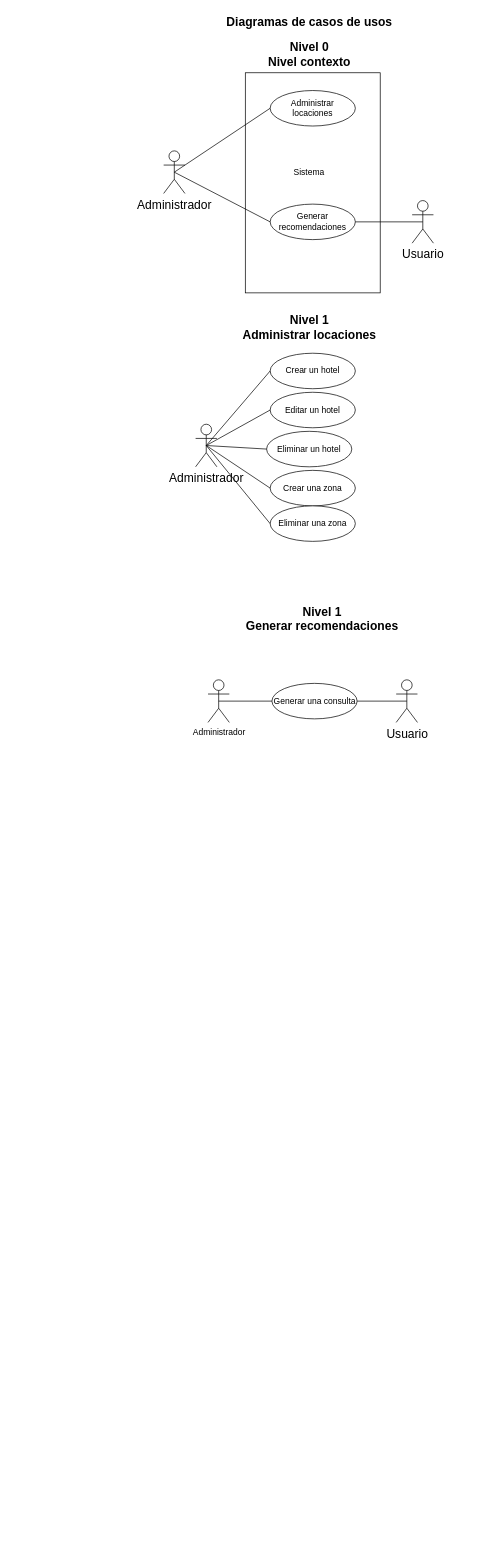
Before: Diagrams-Thesis-GA.drawio in Alexjes98/diagrams, a draw.io diagram. Source tidied: cells renumbered, new cells numbered last; positions are measured from the earlier drawing's top-left corner, leaving out a move shared by most shapes. Both pictures are drawn from the tidied source at 71%, with x=0, y=0 at pixel (163, 12).
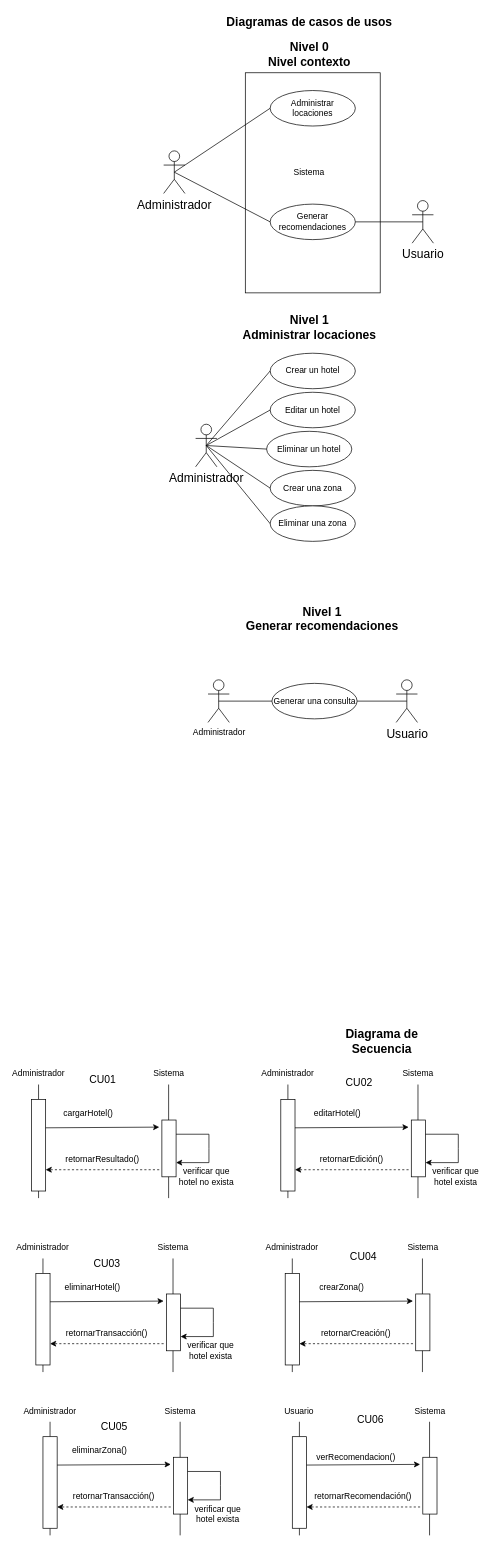
The same diagram, later.

What changed in the source:
```diff
@@
+    <mxCell id="31" style="endArrow=none;html=1;rounded=0;startArrow=none;" parent="1" edge="1" source="38">
+      <mxGeometry relative="1" as="geometry">
+        <mxPoint x="-176.2" y="1510" as="targetPoint" />
+      </mxGeometry>
+    </mxCell>
+    <mxCell id="32" style="endArrow=none;html=1;rounded=0;" parent="1" edge="1">
+      <mxGeometry relative="1" as="geometry">
+        <mxPoint x="7" y="1670" as="sourcePoint" />
+        <mxPoint x="7" y="1510" as="targetPoint" />
+      </mxGeometry>
+    </mxCell>
+    <mxCell id="33" value="Administrador" style="text;html=1;strokeColor=none;fillColor=none;align=center;verticalAlign=middle;whiteSpace=wrap;rounded=0;" parent="1" vertex="1">
+      <mxGeometry x="-206.2" y="1480" width="60" height="30" as="geometry" />
+    </mxCell>
+    <mxCell id="34" style="endArrow=classic;html=1;rounded=0;startArrow=none;exitX=0.9;exitY=0.31;exitDx=0;exitDy=0;exitPerimeter=0;" parent="1" edge="1" source="38">
+      <mxGeometry relative="1" as="geometry">
+        <mxPoint x="-6.2" y="1570" as="targetPoint" />
+      </mxGeometry>
+    </mxCell>
+    <mxCell id="35" value="cargarHotel()" style="text;html=1;strokeColor=none;fillColor=none;align=center;verticalAlign=middle;whiteSpace=wrap;rounded=0;" parent="1" vertex="1">
+      <mxGeometry x="-136.2" y="1536" width="60" height="30" as="geometry" />
+    </mxCell>
+    <mxCell id="36" value="Sistema" style="text;html=1;strokeColor=none;fillColor=none;align=center;verticalAlign=middle;whiteSpace=wrap;rounded=0;" parent="1" vertex="1">
+      <mxGeometry x="-26.9" y="1480" width="68.8" height="30" as="geometry" />
+    </mxCell>
+    <mxCell id="37" style="endArrow=none;html=1;rounded=0;" parent="1" edge="1" target="38">
+      <mxGeometry relative="1" as="geometry">
+        <mxPoint x="-176.2" y="1670" as="sourcePoint" />
+        <Array as="points">
+          <mxPoint x="-176.2" y="1660" />
+        </Array>
+      </mxGeometry>
+    </mxCell>
+    <mxCell id="38" style="rounded=0;whiteSpace=wrap;html=1;" parent="1" vertex="1">
+      <mxGeometry x="-186.2" y="1531" width="20" height="129" as="geometry" />
+    </mxCell>
+    <mxCell id="39" style="rounded=0;whiteSpace=wrap;html=1;" parent="1" vertex="1">
+      <mxGeometry x="-2.5" y="1560" width="20" height="80" as="geometry" />
+    </mxCell>
+    <mxCell id="40" value="verificar que hotel no exista" style="text;html=1;strokeColor=none;fillColor=none;align=center;verticalAlign=middle;whiteSpace=wrap;rounded=0;" parent="1" vertex="1">
+      <mxGeometry x="17.5" y="1625" width="85" height="30" as="geometry" />
+    </mxCell>
+    <mxCell id="41" value="&#10;&lt;b id=&quot;docs-internal-guid-32b7d7b6-7fff-b71a-86bd-061935bc4d04&quot; style=&quot;font-weight:normal;&quot;&gt;&lt;span style=&quot;font-size: 11pt; font-family: Arial; color: rgb(0, 0, 0); background-color: transparent; font-weight: 400; font-style: normal; font-variant: normal; text-decoration: none; vertical-align: baseline;&quot;&gt;CU01&lt;/span&gt;&lt;/b&gt;&#10;&#10;" style="text;html=1;align=center;verticalAlign=middle;strokeColor=none;fillColor=none;" parent="1" vertex="1">
+      <mxGeometry x="-116.2" y="1480" width="60" height="60" as="geometry" />
+    </mxCell>
+    <mxCell id="42" value="Diagrama de Secuencia" style="text;html=1;strokeColor=none;fillColor=none;align=center;verticalAlign=middle;whiteSpace=wrap;rounded=0;fontSize=17;fontStyle=1;" parent="1" vertex="1">
+      <mxGeometry x="235" y="1430" width="145" height="40" as="geometry" />
+    </mxCell>
+    <mxCell id="43" style="endArrow=classic;html=1;rounded=0;exitX=1;exitY=0.25;exitDx=0;exitDy=0;entryX=1;entryY=0.75;entryDx=0;entryDy=0;" parent="1" edge="1" source="39" target="39">
+      <mxGeometry relative="1" as="geometry">
+        <Array as="points">
+          <mxPoint x="63.8" y="1580" />
+          <mxPoint x="63.8" y="1600" />
+          <mxPoint x="63.8" y="1620" />
+        </Array>
+      </mxGeometry>
+    </mxCell>
+    <mxCell id="44" style="endArrow=classic;html=1;rounded=0;dashed=1;" parent="1" edge="1">
+      <mxGeometry relative="1" as="geometry">
+        <mxPoint x="-6.2" y="1630" as="sourcePoint" />
+        <mxPoint x="-166.2" y="1630" as="targetPoint" />
+      </mxGeometry>
+    </mxCell>
+    <mxCell id="45" value="retornarResultado()" style="text;html=1;strokeColor=none;fillColor=none;align=center;verticalAlign=middle;whiteSpace=wrap;rounded=0;" parent="1" vertex="1">
+      <mxGeometry x="-116.2" y="1600" width="60" height="30" as="geometry" />
+    </mxCell>
+    <mxCell id="46" style="endArrow=none;html=1;rounded=0;startArrow=none;" parent="1" edge="1" source="53">
+      <mxGeometry relative="1" as="geometry">
+        <mxPoint x="175" y="1510" as="targetPoint" />
+      </mxGeometry>
+    </mxCell>
+    <mxCell id="47" style="endArrow=none;html=1;rounded=0;" parent="1" edge="1">
+      <mxGeometry relative="1" as="geometry">
+        <mxPoint x="358.2" y="1670" as="sourcePoint" />
+        <mxPoint x="358.2" y="1510" as="targetPoint" />
+      </mxGeometry>
+    </mxCell>
+    <mxCell id="48" value="Administrador" style="text;html=1;strokeColor=none;fillColor=none;align=center;verticalAlign=middle;whiteSpace=wrap;rounded=0;" parent="1" vertex="1">
+      <mxGeometry x="145" y="1480" width="60" height="30" as="geometry" />
+    </mxCell>
+    <mxCell id="49" style="endArrow=classic;html=1;rounded=0;startArrow=none;exitX=0.9;exitY=0.31;exitDx=0;exitDy=0;exitPerimeter=0;" parent="1" edge="1" source="53">
+      <mxGeometry relative="1" as="geometry">
+        <mxPoint x="345" y="1570" as="targetPoint" />
+      </mxGeometry>
+    </mxCell>
+    <mxCell id="50" value="editarHotel()" style="text;html=1;strokeColor=none;fillColor=none;align=center;verticalAlign=middle;whiteSpace=wrap;rounded=0;" parent="1" vertex="1">
+      <mxGeometry x="215" y="1536" width="60" height="30" as="geometry" />
+    </mxCell>
+    <mxCell id="51" value="Sistema" style="text;html=1;strokeColor=none;fillColor=none;align=center;verticalAlign=middle;whiteSpace=wrap;rounded=0;" parent="1" vertex="1">
+      <mxGeometry x="324.4" y="1480" width="68.8" height="30" as="geometry" />
+    </mxCell>
+    <mxCell id="52" style="endArrow=none;html=1;rounded=0;" parent="1" edge="1" target="53">
+      <mxGeometry relative="1" as="geometry">
+        <mxPoint x="175" y="1670" as="sourcePoint" />
+        <Array as="points">
+          <mxPoint x="175" y="1660" />
+        </Array>
+      </mxGeometry>
+    </mxCell>
+    <mxCell id="53" style="rounded=0;whiteSpace=wrap;html=1;" parent="1" vertex="1">
+      <mxGeometry x="165" y="1531" width="20" height="129" as="geometry" />
+    </mxCell>
+    <mxCell id="54" style="rounded=0;whiteSpace=wrap;html=1;" parent="1" vertex="1">
+      <mxGeometry x="348.8" y="1560" width="20" height="80" as="geometry" />
+    </mxCell>
+    <mxCell id="55" value="verificar que hotel exista" style="text;html=1;strokeColor=none;fillColor=none;align=center;verticalAlign=middle;whiteSpace=wrap;rounded=0;" parent="1" vertex="1">
+      <mxGeometry x="368.8" y="1625" width="85" height="30" as="geometry" />
+    </mxCell>
+    <mxCell id="56" value="&lt;br&gt;&lt;b id=&quot;docs-internal-guid-32b7d7b6-7fff-b71a-86bd-061935bc4d04&quot; style=&quot;font-weight:normal;&quot;&gt;&lt;span style=&quot;font-size: 11pt; font-family: Arial; color: rgb(0, 0, 0); background-color: transparent; font-weight: 400; font-style: normal; font-variant: normal; text-decoration: none; vertical-align: baseline;&quot;&gt;CU02&lt;/span&gt;&lt;/b&gt;&lt;br&gt;" style="text;html=1;align=center;verticalAlign=middle;strokeColor=none;fillColor=none;" parent="1" vertex="1">
+      <mxGeometry x="245" y="1475" width="60" height="50" as="geometry" />
+    </mxCell>
+    <mxCell id="57" style="endArrow=classic;html=1;rounded=0;exitX=1;exitY=0.25;exitDx=0;exitDy=0;entryX=1;entryY=0.75;entryDx=0;entryDy=0;" parent="1" edge="1" source="54" target="54">
+      <mxGeometry relative="1" as="geometry">
+        <Array as="points">
+          <mxPoint x="415" y="1580" />
+          <mxPoint x="415" y="1600" />
+          <mxPoint x="415" y="1620" />
+        </Array>
+      </mxGeometry>
+    </mxCell>
+    <mxCell id="58" style="endArrow=classic;html=1;rounded=0;dashed=1;" parent="1" edge="1">
+      <mxGeometry relative="1" as="geometry">
+        <mxPoint x="345" y="1630" as="sourcePoint" />
+        <mxPoint x="185" y="1630" as="targetPoint" />
+      </mxGeometry>
+    </mxCell>
+    <mxCell id="59" value="retornarEdición()" style="text;html=1;strokeColor=none;fillColor=none;align=center;verticalAlign=middle;whiteSpace=wrap;rounded=0;" parent="1" vertex="1">
+      <mxGeometry x="235" y="1600" width="60" height="30" as="geometry" />
+    </mxCell>
+    <mxCell id="60" style="endArrow=none;html=1;rounded=0;startArrow=none;" parent="1" edge="1" source="67">
+      <mxGeometry relative="1" as="geometry">
+        <mxPoint x="-170" y="1755" as="targetPoint" />
+      </mxGeometry>
+    </mxCell>
+    <mxCell id="61" style="endArrow=none;html=1;rounded=0;" parent="1" edge="1">
+      <mxGeometry relative="1" as="geometry">
+        <mxPoint x="13.2" y="1915" as="sourcePoint" />
+        <mxPoint x="13.2" y="1755" as="targetPoint" />
+      </mxGeometry>
+    </mxCell>
+    <mxCell id="62" value="Administrador" style="text;html=1;strokeColor=none;fillColor=none;align=center;verticalAlign=middle;whiteSpace=wrap;rounded=0;" parent="1" vertex="1">
+      <mxGeometry x="-200" y="1725" width="60" height="30" as="geometry" />
+    </mxCell>
+    <mxCell id="63" style="endArrow=classic;html=1;rounded=0;startArrow=none;exitX=0.9;exitY=0.31;exitDx=0;exitDy=0;exitPerimeter=0;" parent="1" edge="1" source="67">
+      <mxGeometry relative="1" as="geometry">
+        <mxPoint y="1815" as="targetPoint" />
+      </mxGeometry>
+    </mxCell>
+    <mxCell id="64" value="eliminarHotel()" style="text;html=1;strokeColor=none;fillColor=none;align=center;verticalAlign=middle;whiteSpace=wrap;rounded=0;" parent="1" vertex="1">
+      <mxGeometry x="-130" y="1781" width="60" height="30" as="geometry" />
+    </mxCell>
+    <mxCell id="65" value="Sistema" style="text;html=1;strokeColor=none;fillColor=none;align=center;verticalAlign=middle;whiteSpace=wrap;rounded=0;" parent="1" vertex="1">
+      <mxGeometry x="-20.6" y="1725" width="68.8" height="30" as="geometry" />
+    </mxCell>
+    <mxCell id="66" style="endArrow=none;html=1;rounded=0;" parent="1" edge="1" target="67">
+      <mxGeometry relative="1" as="geometry">
+        <mxPoint x="-170" y="1915" as="sourcePoint" />
+        <Array as="points">
+          <mxPoint x="-170" y="1905" />
+        </Array>
+      </mxGeometry>
+    </mxCell>
+    <mxCell id="67" style="rounded=0;whiteSpace=wrap;html=1;" parent="1" vertex="1">
+      <mxGeometry x="-180" y="1776" width="20" height="129" as="geometry" />
+    </mxCell>
+    <mxCell id="68" style="rounded=0;whiteSpace=wrap;html=1;" parent="1" vertex="1">
+      <mxGeometry x="3.8" y="1805" width="20" height="80" as="geometry" />
+    </mxCell>
+    <mxCell id="69" value="verificar que hotel exista" style="text;html=1;strokeColor=none;fillColor=none;align=center;verticalAlign=middle;whiteSpace=wrap;rounded=0;" parent="1" vertex="1">
+      <mxGeometry x="23.8" y="1870" width="85" height="30" as="geometry" />
+    </mxCell>
+    <mxCell id="70" value="&lt;br&gt;&lt;b id=&quot;docs-internal-guid-32b7d7b6-7fff-b71a-86bd-061935bc4d04&quot; style=&quot;font-weight:normal;&quot;&gt;&lt;span style=&quot;font-size: 11pt; font-family: Arial; color: rgb(0, 0, 0); background-color: transparent; font-weight: 400; font-style: normal; font-variant: normal; text-decoration: none; vertical-align: baseline;&quot;&gt;CU03&lt;/span&gt;&lt;/b&gt;&lt;br&gt;" style="text;html=1;align=center;verticalAlign=middle;strokeColor=none;fillColor=none;" parent="1" vertex="1">
+      <mxGeometry x="-110" y="1730" width="60" height="50" as="geometry" />
+    </mxCell>
+    <mxCell id="71" style="endArrow=classic;html=1;rounded=0;exitX=1;exitY=0.25;exitDx=0;exitDy=0;entryX=1;entryY=0.75;entryDx=0;entryDy=0;" parent="1" edge="1" source="68" target="68">
+      <mxGeometry relative="1" as="geometry">
+        <Array as="points">
+          <mxPoint x="70" y="1825" />
+          <mxPoint x="70" y="1845" />
+          <mxPoint x="70" y="1865" />
+        </Array>
+      </mxGeometry>
+    </mxCell>
+    <mxCell id="72" style="endArrow=classic;html=1;rounded=0;dashed=1;" parent="1" edge="1">
+      <mxGeometry relative="1" as="geometry">
+        <mxPoint y="1875" as="sourcePoint" />
+        <mxPoint x="-160" y="1875" as="targetPoint" />
+      </mxGeometry>
+    </mxCell>
+    <mxCell id="73" value="retornarTransacción()" style="text;html=1;strokeColor=none;fillColor=none;align=center;verticalAlign=middle;whiteSpace=wrap;rounded=0;" parent="1" vertex="1">
+      <mxGeometry x="-110" y="1845" width="60" height="30" as="geometry" />
+    </mxCell>
+    <mxCell id="74" style="endArrow=none;html=1;rounded=0;startArrow=none;" parent="1" edge="1" source="81">
+      <mxGeometry relative="1" as="geometry">
+        <mxPoint x="181.2" y="1755" as="targetPoint" />
+      </mxGeometry>
+    </mxCell>
+    <mxCell id="75" style="endArrow=none;html=1;rounded=0;" parent="1" edge="1">
+      <mxGeometry relative="1" as="geometry">
+        <mxPoint x="364.5" y="1915" as="sourcePoint" />
+        <mxPoint x="364.5" y="1755" as="targetPoint" />
+      </mxGeometry>
+    </mxCell>
+    <mxCell id="76" value="Administrador" style="text;html=1;strokeColor=none;fillColor=none;align=center;verticalAlign=middle;whiteSpace=wrap;rounded=0;" parent="1" vertex="1">
+      <mxGeometry x="151.2" y="1725" width="60" height="30" as="geometry" />
+    </mxCell>
+    <mxCell id="77" style="endArrow=classic;html=1;rounded=0;startArrow=none;exitX=0.9;exitY=0.31;exitDx=0;exitDy=0;exitPerimeter=0;" parent="1" edge="1" source="81">
+      <mxGeometry relative="1" as="geometry">
+        <mxPoint x="351.2" y="1815" as="targetPoint" />
+      </mxGeometry>
+    </mxCell>
+    <mxCell id="78" value="crearZona()" style="text;html=1;strokeColor=none;fillColor=none;align=center;verticalAlign=middle;whiteSpace=wrap;rounded=0;" parent="1" vertex="1">
+      <mxGeometry x="221.2" y="1781" width="60" height="30" as="geometry" />
+    </mxCell>
+    <mxCell id="79" value="Sistema" style="text;html=1;strokeColor=none;fillColor=none;align=center;verticalAlign=middle;whiteSpace=wrap;rounded=0;" parent="1" vertex="1">
+      <mxGeometry x="330.6" y="1725" width="68.8" height="30" as="geometry" />
+    </mxCell>
+    <mxCell id="80" style="endArrow=none;html=1;rounded=0;" parent="1" edge="1" target="81">
+      <mxGeometry relative="1" as="geometry">
+        <mxPoint x="181.2" y="1915" as="sourcePoint" />
+        <Array as="points">
+          <mxPoint x="181.2" y="1905" />
+        </Array>
+      </mxGeometry>
+    </mxCell>
+    <mxCell id="81" style="rounded=0;whiteSpace=wrap;html=1;" parent="1" vertex="1">
+      <mxGeometry x="171.2" y="1776" width="20" height="129" as="geometry" />
+    </mxCell>
+    <mxCell id="82" style="rounded=0;whiteSpace=wrap;html=1;" parent="1" vertex="1">
+      <mxGeometry x="355" y="1805" width="20" height="80" as="geometry" />
+    </mxCell>
+    <mxCell id="83" value="&lt;br&gt;&lt;b id=&quot;docs-internal-guid-32b7d7b6-7fff-b71a-86bd-061935bc4d04&quot; style=&quot;font-weight:normal;&quot;&gt;&lt;span style=&quot;font-size: 11pt; font-family: Arial; color: rgb(0, 0, 0); background-color: transparent; font-weight: 400; font-style: normal; font-variant: normal; text-decoration: none; vertical-align: baseline;&quot;&gt;CU04&lt;/span&gt;&lt;/b&gt;" style="text;html=1;align=center;verticalAlign=middle;strokeColor=none;fillColor=none;" parent="1" vertex="1">
+      <mxGeometry x="251.2" y="1720" width="60" height="50" as="geometry" />
+    </mxCell>
+    <mxCell id="84" style="endArrow=classic;html=1;rounded=0;dashed=1;" parent="1" edge="1">
+      <mxGeometry relative="1" as="geometry">
+        <mxPoint x="351.2" y="1875" as="sourcePoint" />
+        <mxPoint x="191.2" y="1875" as="targetPoint" />
+      </mxGeometry>
+    </mxCell>
+    <mxCell id="85" value="retornarCreación()" style="text;html=1;strokeColor=none;fillColor=none;align=center;verticalAlign=middle;whiteSpace=wrap;rounded=0;" parent="1" vertex="1">
+      <mxGeometry x="241.2" y="1845" width="60" height="30" as="geometry" />
+    </mxCell>
+    <mxCell id="86" style="endArrow=none;html=1;rounded=0;startArrow=none;" parent="1" edge="1" source="93">
+      <mxGeometry relative="1" as="geometry">
+        <mxPoint x="-160" y="1985" as="targetPoint" />
+      </mxGeometry>
+    </mxCell>
+    <mxCell id="87" style="endArrow=none;html=1;rounded=0;" parent="1" edge="1">
+      <mxGeometry relative="1" as="geometry">
+        <mxPoint x="23.2" y="2145" as="sourcePoint" />
+        <mxPoint x="23.2" y="1985" as="targetPoint" />
+      </mxGeometry>
+    </mxCell>
+    <mxCell id="88" value="Administrador" style="text;html=1;strokeColor=none;fillColor=none;align=center;verticalAlign=middle;whiteSpace=wrap;rounded=0;" parent="1" vertex="1">
+      <mxGeometry x="-190" y="1955" width="60" height="30" as="geometry" />
+    </mxCell>
+    <mxCell id="89" style="endArrow=classic;html=1;rounded=0;startArrow=none;exitX=0.9;exitY=0.31;exitDx=0;exitDy=0;exitPerimeter=0;" parent="1" edge="1" source="93">
+      <mxGeometry relative="1" as="geometry">
+        <mxPoint x="10" y="2045" as="targetPoint" />
+      </mxGeometry>
+    </mxCell>
+    <mxCell id="90" value="eliminarZona()" style="text;html=1;strokeColor=none;fillColor=none;align=center;verticalAlign=middle;whiteSpace=wrap;rounded=0;" parent="1" vertex="1">
+      <mxGeometry x="-120" y="2011" width="60" height="30" as="geometry" />
+    </mxCell>
+    <mxCell id="91" value="Sistema" style="text;html=1;strokeColor=none;fillColor=none;align=center;verticalAlign=middle;whiteSpace=wrap;rounded=0;" parent="1" vertex="1">
+      <mxGeometry x="-10.6" y="1955" width="68.8" height="30" as="geometry" />
+    </mxCell>
+    <mxCell id="92" style="endArrow=none;html=1;rounded=0;" parent="1" edge="1" target="93">
+      <mxGeometry relative="1" as="geometry">
+        <mxPoint x="-160" y="2145" as="sourcePoint" />
+        <Array as="points">
+          <mxPoint x="-160" y="2135" />
+        </Array>
+      </mxGeometry>
+    </mxCell>
+    <mxCell id="93" style="rounded=0;whiteSpace=wrap;html=1;" parent="1" vertex="1">
+      <mxGeometry x="-170" y="2006" width="20" height="129" as="geometry" />
+    </mxCell>
+    <mxCell id="94" style="rounded=0;whiteSpace=wrap;html=1;" parent="1" vertex="1">
+      <mxGeometry x="13.8" y="2035" width="20" height="80" as="geometry" />
+    </mxCell>
+    <mxCell id="95" value="verificar que hotel exista" style="text;html=1;strokeColor=none;fillColor=none;align=center;verticalAlign=middle;whiteSpace=wrap;rounded=0;" parent="1" vertex="1">
+      <mxGeometry x="33.8" y="2100" width="85" height="30" as="geometry" />
+    </mxCell>
+    <mxCell id="96" value="&lt;br&gt;&lt;b id=&quot;docs-internal-guid-32b7d7b6-7fff-b71a-86bd-061935bc4d04&quot; style=&quot;font-weight:normal;&quot;&gt;&lt;span style=&quot;font-size: 11pt; font-family: Arial; color: rgb(0, 0, 0); background-color: transparent; font-weight: 400; font-style: normal; font-variant: normal; text-decoration: none; vertical-align: baseline;&quot;&gt;CU05&lt;/span&gt;&lt;/b&gt;" style="text;html=1;align=center;verticalAlign=middle;strokeColor=none;fillColor=none;" parent="1" vertex="1">
+      <mxGeometry x="-100" y="1960" width="60" height="50" as="geometry" />
+    </mxCell>
+    <mxCell id="97" style="endArrow=classic;html=1;rounded=0;exitX=1;exitY=0.25;exitDx=0;exitDy=0;entryX=1;entryY=0.75;entryDx=0;entryDy=0;" parent="1" edge="1" source="94" target="94">
+      <mxGeometry relative="1" as="geometry">
+        <Array as="points">
+          <mxPoint x="80" y="2055" />
+          <mxPoint x="80" y="2075" />
+          <mxPoint x="80" y="2095" />
+        </Array>
+      </mxGeometry>
+    </mxCell>
+    <mxCell id="98" style="endArrow=classic;html=1;rounded=0;dashed=1;" parent="1" edge="1">
+      <mxGeometry relative="1" as="geometry">
+        <mxPoint x="10" y="2105" as="sourcePoint" />
+        <mxPoint x="-150" y="2105" as="targetPoint" />
+      </mxGeometry>
+    </mxCell>
+    <mxCell id="99" value="retornarTransacción()" style="text;html=1;strokeColor=none;fillColor=none;align=center;verticalAlign=middle;whiteSpace=wrap;rounded=0;" parent="1" vertex="1">
+      <mxGeometry x="-100" y="2075" width="60" height="30" as="geometry" />
+    </mxCell>
+    <mxCell id="100" style="endArrow=none;html=1;rounded=0;startArrow=none;" parent="1" edge="1" source="107">
+      <mxGeometry relative="1" as="geometry">
+        <mxPoint x="191.2" y="1985" as="targetPoint" />
+      </mxGeometry>
+    </mxCell>
+    <mxCell id="101" style="endArrow=none;html=1;rounded=0;" parent="1" edge="1">
+      <mxGeometry relative="1" as="geometry">
+        <mxPoint x="374.5" y="2145" as="sourcePoint" />
+        <mxPoint x="374.5" y="1985" as="targetPoint" />
+      </mxGeometry>
+    </mxCell>
+    <mxCell id="102" value="Usuario" style="text;html=1;strokeColor=none;fillColor=none;align=center;verticalAlign=middle;whiteSpace=wrap;rounded=0;" parent="1" vertex="1">
+      <mxGeometry x="161.2" y="1955" width="60" height="30" as="geometry" />
+    </mxCell>
+    <mxCell id="103" style="endArrow=classic;html=1;rounded=0;startArrow=none;exitX=0.9;exitY=0.31;exitDx=0;exitDy=0;exitPerimeter=0;" parent="1" edge="1" source="107">
+      <mxGeometry relative="1" as="geometry">
+        <mxPoint x="361.2" y="2045" as="targetPoint" />
+      </mxGeometry>
+    </mxCell>
+    <mxCell id="104" value="verRecomendacion()" style="text;html=1;strokeColor=none;fillColor=none;align=center;verticalAlign=middle;whiteSpace=wrap;rounded=0;" parent="1" vertex="1">
+      <mxGeometry x="241.2" y="2020" width="60" height="30" as="geometry" />
+    </mxCell>
+    <mxCell id="105" value="Sistema" style="text;html=1;strokeColor=none;fillColor=none;align=center;verticalAlign=middle;whiteSpace=wrap;rounded=0;" parent="1" vertex="1">
+      <mxGeometry x="340.6" y="1955" width="68.8" height="30" as="geometry" />
+    </mxCell>
+    <mxCell id="106" style="endArrow=none;html=1;rounded=0;" parent="1" edge="1" target="107">
+      <mxGeometry relative="1" as="geometry">
+        <mxPoint x="191.2" y="2145" as="sourcePoint" />
+        <Array as="points">
+          <mxPoint x="191.2" y="2135" />
+        </Array>
+      </mxGeometry>
+    </mxCell>
+    <mxCell id="107" style="rounded=0;whiteSpace=wrap;html=1;" parent="1" vertex="1">
+      <mxGeometry x="181.2" y="2006" width="20" height="129" as="geometry" />
+    </mxCell>
+    <mxCell id="108" style="rounded=0;whiteSpace=wrap;html=1;" parent="1" vertex="1">
+      <mxGeometry x="365" y="2035" width="20" height="80" as="geometry" />
+    </mxCell>
+    <mxCell id="109" value="&lt;br&gt;&lt;b id=&quot;docs-internal-guid-32b7d7b6-7fff-b71a-86bd-061935bc4d04&quot; style=&quot;font-weight:normal;&quot;&gt;&lt;span style=&quot;font-size: 11pt; font-family: Arial; color: rgb(0, 0, 0); background-color: transparent; font-weight: 400; font-style: normal; font-variant: normal; text-decoration: none; vertical-align: baseline;&quot;&gt;CU06&lt;/span&gt;&lt;/b&gt;" style="text;html=1;align=center;verticalAlign=middle;strokeColor=none;fillColor=none;" parent="1" vertex="1">
+      <mxGeometry x="261.2" y="1950" width="60" height="50" as="geometry" />
+    </mxCell>
+    <mxCell id="110" style="endArrow=classic;html=1;rounded=0;dashed=1;" parent="1" edge="1">
+      <mxGeometry relative="1" as="geometry">
+        <mxPoint x="361.2" y="2105" as="sourcePoint" />
+        <mxPoint x="201.2" y="2105" as="targetPoint" />
+      </mxGeometry>
+    </mxCell>
+    <mxCell id="111" value="retornarRecomendación()" style="text;html=1;strokeColor=none;fillColor=none;align=center;verticalAlign=middle;whiteSpace=wrap;rounded=0;" parent="1" vertex="1">
+      <mxGeometry x="251.2" y="2075" width="60" height="30" as="geometry" />
+    </mxCell>
```
